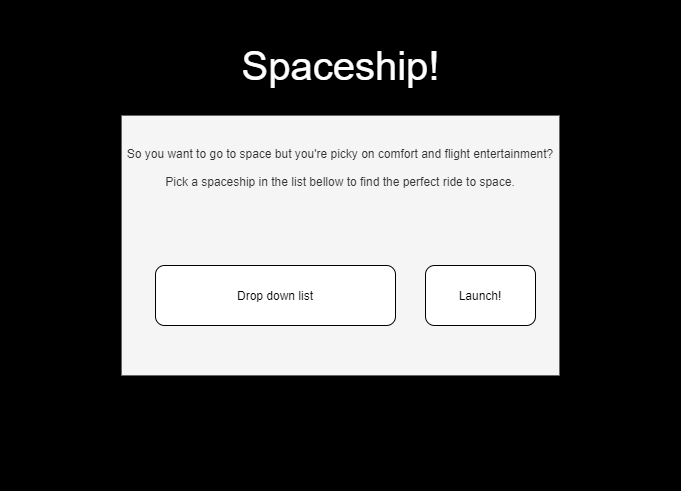
This is Spaceship_Wireframe.png from girard176/SpaceshipV2, a draw.io export, as it was before one commit. Source tidied: cells renumbered, new cells last; positions are measured from the earlier drawing's top-left corner, leaving out a move shared by most shapes. The source it was exported from:
```xml
<mxGraphModel background="#000000">
  <root>
    <mxCell id="0" />
    <mxCell id="1" parent="0" />
    <mxCell id="2" style="rounded=0;whiteSpace=wrap;html=1;fontSize=40;fontColor=#000000;verticalAlign=middle;fillColor=#000000;" parent="1" vertex="1">
      <mxGeometry width="680" height="490" as="geometry" />
    </mxCell>
    <mxCell id="3" value="&lt;font color=&quot;#ffffff&quot; style=&quot;font-size: 40px;&quot;&gt;Spaceship!&lt;/font&gt;" style="text;html=1;strokeColor=none;fillColor=none;align=center;verticalAlign=middle;whiteSpace=wrap;rounded=0;fontSize=40;" parent="1" vertex="1">
      <mxGeometry x="163" y="35" width="355" height="60" as="geometry" />
    </mxCell>
    <mxCell id="4" value="&lt;h1&gt;&lt;span style=&quot;font-size: 12px ; font-weight: normal ; line-height: 12px&quot;&gt;So you want to go to space but you're picky on comfort and flight entertainment? Pick a spaceship in the list bellow to find the perfect ride to space.&lt;/span&gt;&lt;/h1&gt;" style="text;html=1;strokeColor=#666666;fillColor=#f5f5f5;align=center;verticalAlign=top;whiteSpace=wrap;rounded=0;fontColor=#333333;spacing=0;" parent="1" vertex="1">
      <mxGeometry x="121" y="115" width="438" height="260" as="geometry" />
    </mxCell>
    <mxCell id="5" value="Drop down list" style="rounded=1;whiteSpace=wrap;html=1;verticalAlign=middle;" parent="1" vertex="1">
      <mxGeometry x="155" y="265" width="240" height="60" as="geometry" />
    </mxCell>
    <mxCell id="6" value="Launch!" style="rounded=1;whiteSpace=wrap;html=1;verticalAlign=middle;" parent="1" vertex="1">
      <mxGeometry x="425" y="265" width="110" height="60" as="geometry" />
    </mxCell>
  </root>
</mxGraphModel>
```
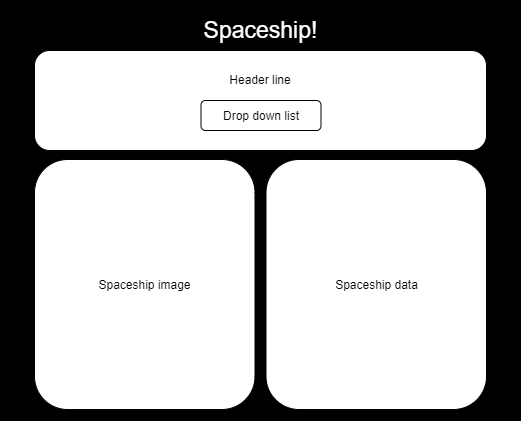
Later version of the same file.

Commit message:
Updated design, removed launch button

The edit, as a diff of the source:
```diff
@@ -2,20 +2,23 @@
   <root>
     <mxCell id="0" />
     <mxCell id="1" parent="0" />
-    <mxCell id="2" style="rounded=0;whiteSpace=wrap;html=1;fontSize=40;fontColor=#000000;verticalAlign=middle;fillColor=#000000;" parent="1" vertex="1">
-      <mxGeometry width="680" height="490" as="geometry" />
-    </mxCell>
+    <mxCell id="7" style="rounded=0;whiteSpace=wrap;html=1;fillColor=#000000;" parent="1" vertex="1">
+      <mxGeometry x="80.5" y="135" width="520" height="420" as="geometry" />
+    </mxCell>
-    <mxCell id="3" value="&lt;font color=&quot;#ffffff&quot; style=&quot;font-size: 40px;&quot;&gt;Spaceship!&lt;/font&gt;" style="text;html=1;strokeColor=none;fillColor=none;align=center;verticalAlign=middle;whiteSpace=wrap;rounded=0;fontSize=40;" parent="1" vertex="1">
-      <mxGeometry x="163" y="35" width="355" height="60" as="geometry" />
+    <mxCell id="3" value="&lt;font color=&quot;#ffffff&quot; style=&quot;font-size: 23px&quot;&gt;Spaceship!&lt;/font&gt;" style="text;html=1;strokeColor=none;fillColor=none;align=center;verticalAlign=middle;whiteSpace=wrap;rounded=0;" parent="1" vertex="1">
+      <mxGeometry x="253" y="145" width="175" height="40" as="geometry" />
     </mxCell>
-    <mxCell id="4" value="&lt;h1&gt;&lt;span style=&quot;font-size: 12px ; font-weight: normal ; line-height: 12px&quot;&gt;So you want to go to space but you're picky on comfort and flight entertainment? Pick a spaceship in the list bellow to find the perfect ride to space.&lt;/span&gt;&lt;/h1&gt;" style="text;html=1;strokeColor=#666666;fillColor=#f5f5f5;align=center;verticalAlign=top;whiteSpace=wrap;rounded=0;fontColor=#333333;spacing=0;" parent="1" vertex="1">
-      <mxGeometry x="121" y="115" width="438" height="260" as="geometry" />
-    </mxCell>
+    <mxCell id="8" value="Header line&lt;br&gt;&lt;br&gt;&lt;br&gt;&lt;br&gt;" style="rounded=1;whiteSpace=wrap;html=1;" parent="1" vertex="1">
+      <mxGeometry x="114" y="185" width="452" height="100" as="geometry" />
+    </mxCell>
+    <mxCell id="9" value="Spaceship data" style="rounded=1;whiteSpace=wrap;html=1;" parent="1" vertex="1">
+      <mxGeometry x="345.5" y="294" width="220.5" height="250" as="geometry" />
+    </mxCell>
+    <mxCell id="10" value="Spaceship image" style="rounded=1;whiteSpace=wrap;html=1;" parent="1" vertex="1">
+      <mxGeometry x="114" y="294" width="220.5" height="250" as="geometry" />
+    </mxCell>
-    <mxCell id="5" value="Drop down list" style="rounded=1;whiteSpace=wrap;html=1;verticalAlign=middle;" parent="1" vertex="1">
-      <mxGeometry x="155" y="265" width="240" height="60" as="geometry" />
+    <mxCell id="5" value="Drop down list" style="rounded=1;whiteSpace=wrap;html=1;" parent="1" vertex="1">
+      <mxGeometry x="280.5" y="235" width="120" height="30" as="geometry" />
     </mxCell>
-    <mxCell id="6" value="Launch!" style="rounded=1;whiteSpace=wrap;html=1;verticalAlign=middle;" parent="1" vertex="1">
-      <mxGeometry x="425" y="265" width="110" height="60" as="geometry" />
-    </mxCell>
   </root>
 </mxGraphModel>
```
